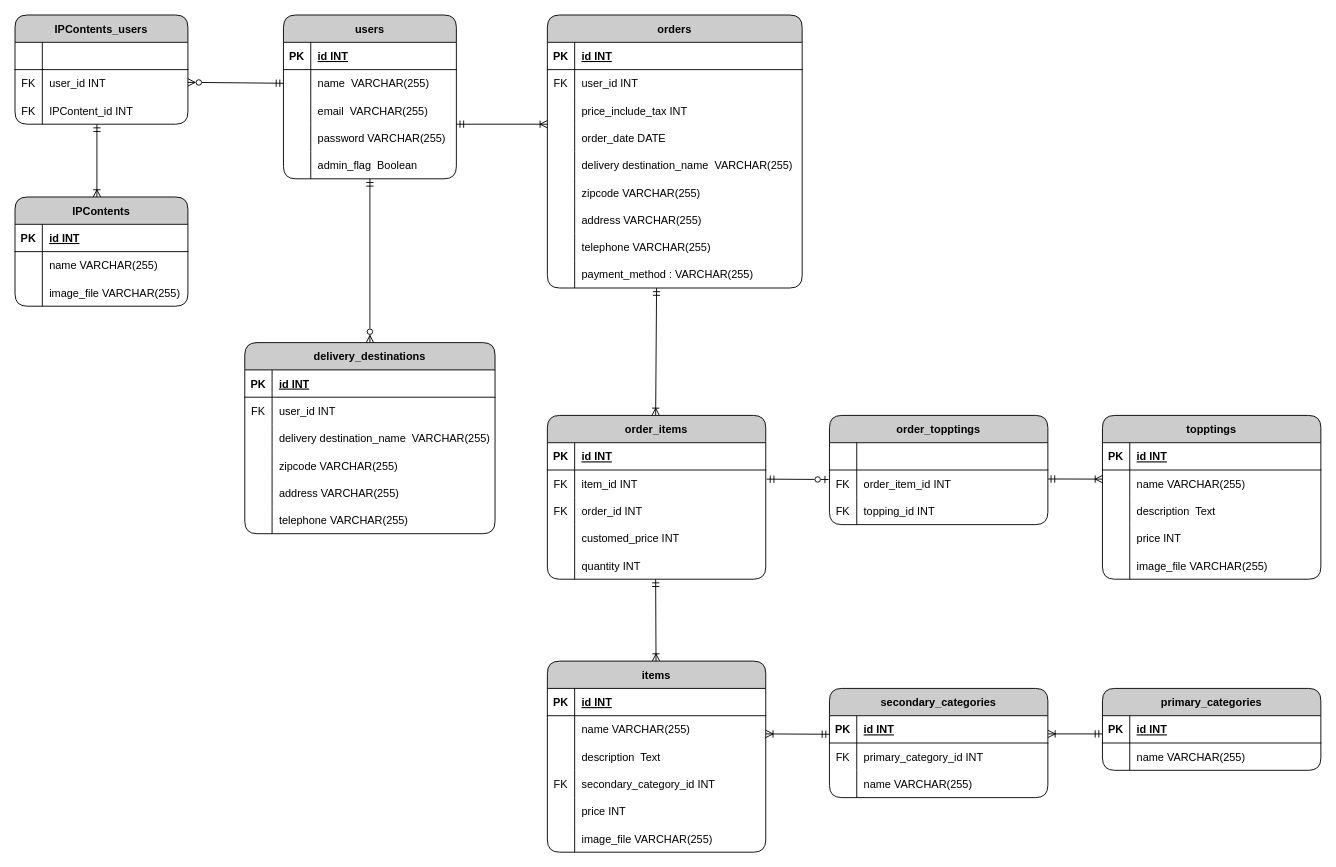
Before: src/php/public/drawing/ER図.drawio in rpentry202301/Project.Espoir, a draw.io diagram. Source tidied: cells renumbered, new cells numbered last; positions are measured from the earlier drawing's top-left corner, leaving out a move shared by most shapes. Both pictures are drawn from the tidied source at 91%, with x=0, y=0 at pixel (15, 15).
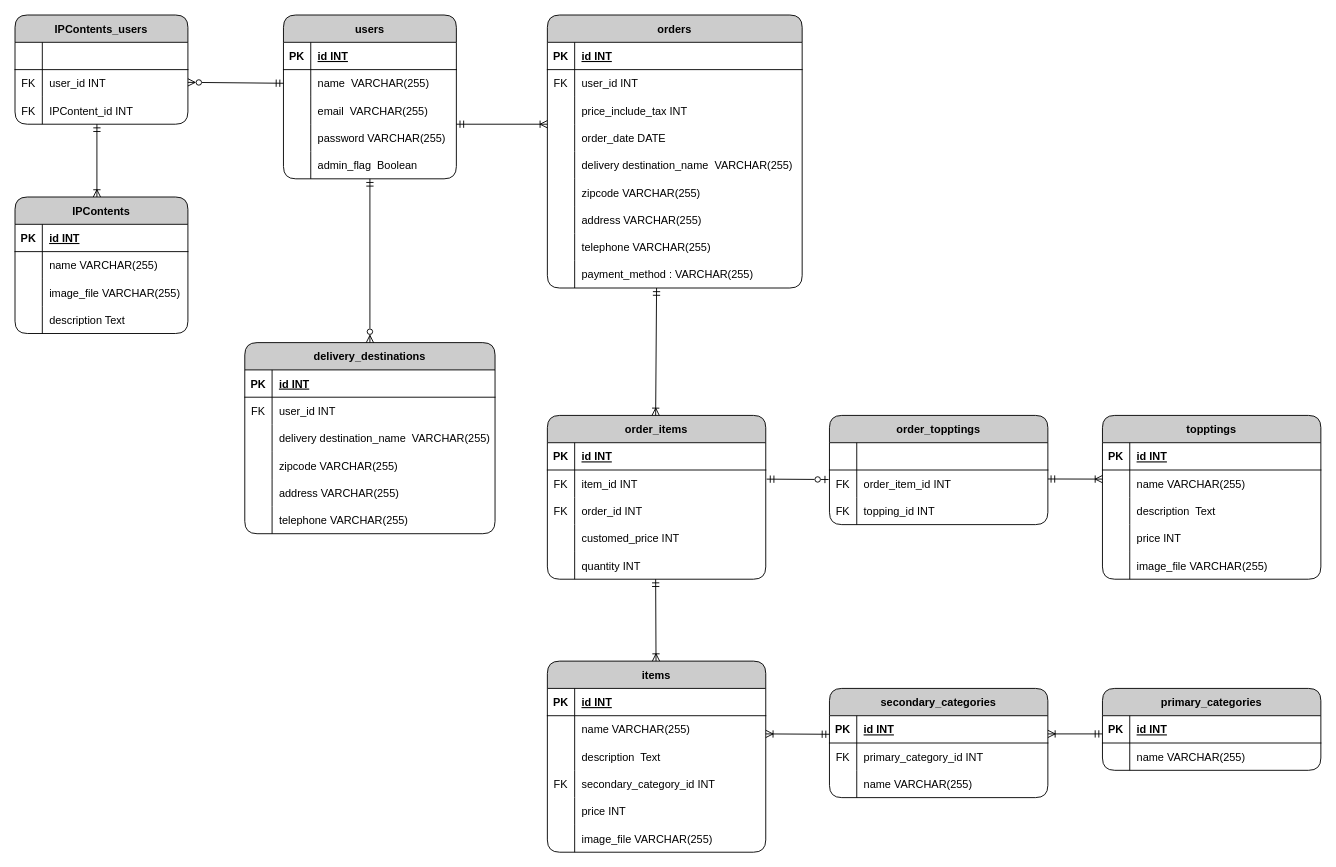
After the change.

Diff of the diagram source:
```diff
@@
     <mxCell id="161" value="IPContents" style="shape=table;startSize=30;childLayout=tableLayout;rowLines=0;fontStyle=1;align=center;strokeColor=#000000;swimlaneFillColor=#FFFFFF;fontColor=#000000;fillColor=#CCCCCC;swimlaneLine=1;rounded=1;shadow=0;perimeterSpacing=0;gradientColor=none;labelBorderColor=none;" parent="1" vertex="1">
-      <mxGeometry y="200" width="190" height="120" as="geometry" />
+      <mxGeometry y="200" width="190" height="150" as="geometry" />
     </mxCell>
@@
+    <mxCell id="173" style="shape=tableRow;horizontal=0;startSize=0;swimlaneHead=0;swimlaneBody=0;fillColor=none;top=0;left=0;right=0;bottom=0;" parent="161" vertex="1">
+      <mxGeometry y="120" width="190" height="30" as="geometry" />
+    </mxCell>
+    <mxCell id="174" style="shape=partialRectangle;fillColor=none;top=0;left=0;bottom=0;right=0;overflow=hidden;fontColor=#000000;" parent="173" vertex="1">
+      <mxGeometry width="30" height="30" as="geometry" />
+    </mxCell>
+    <mxCell id="175" value="description Text" style="shape=partialRectangle;fillColor=none;top=0;left=0;bottom=0;right=0;align=left;spacingLeft=6;overflow=hidden;fontColor=#000000;" parent="173" vertex="1">
+      <mxGeometry x="30" width="160" height="30" as="geometry" />
+    </mxCell>
```
